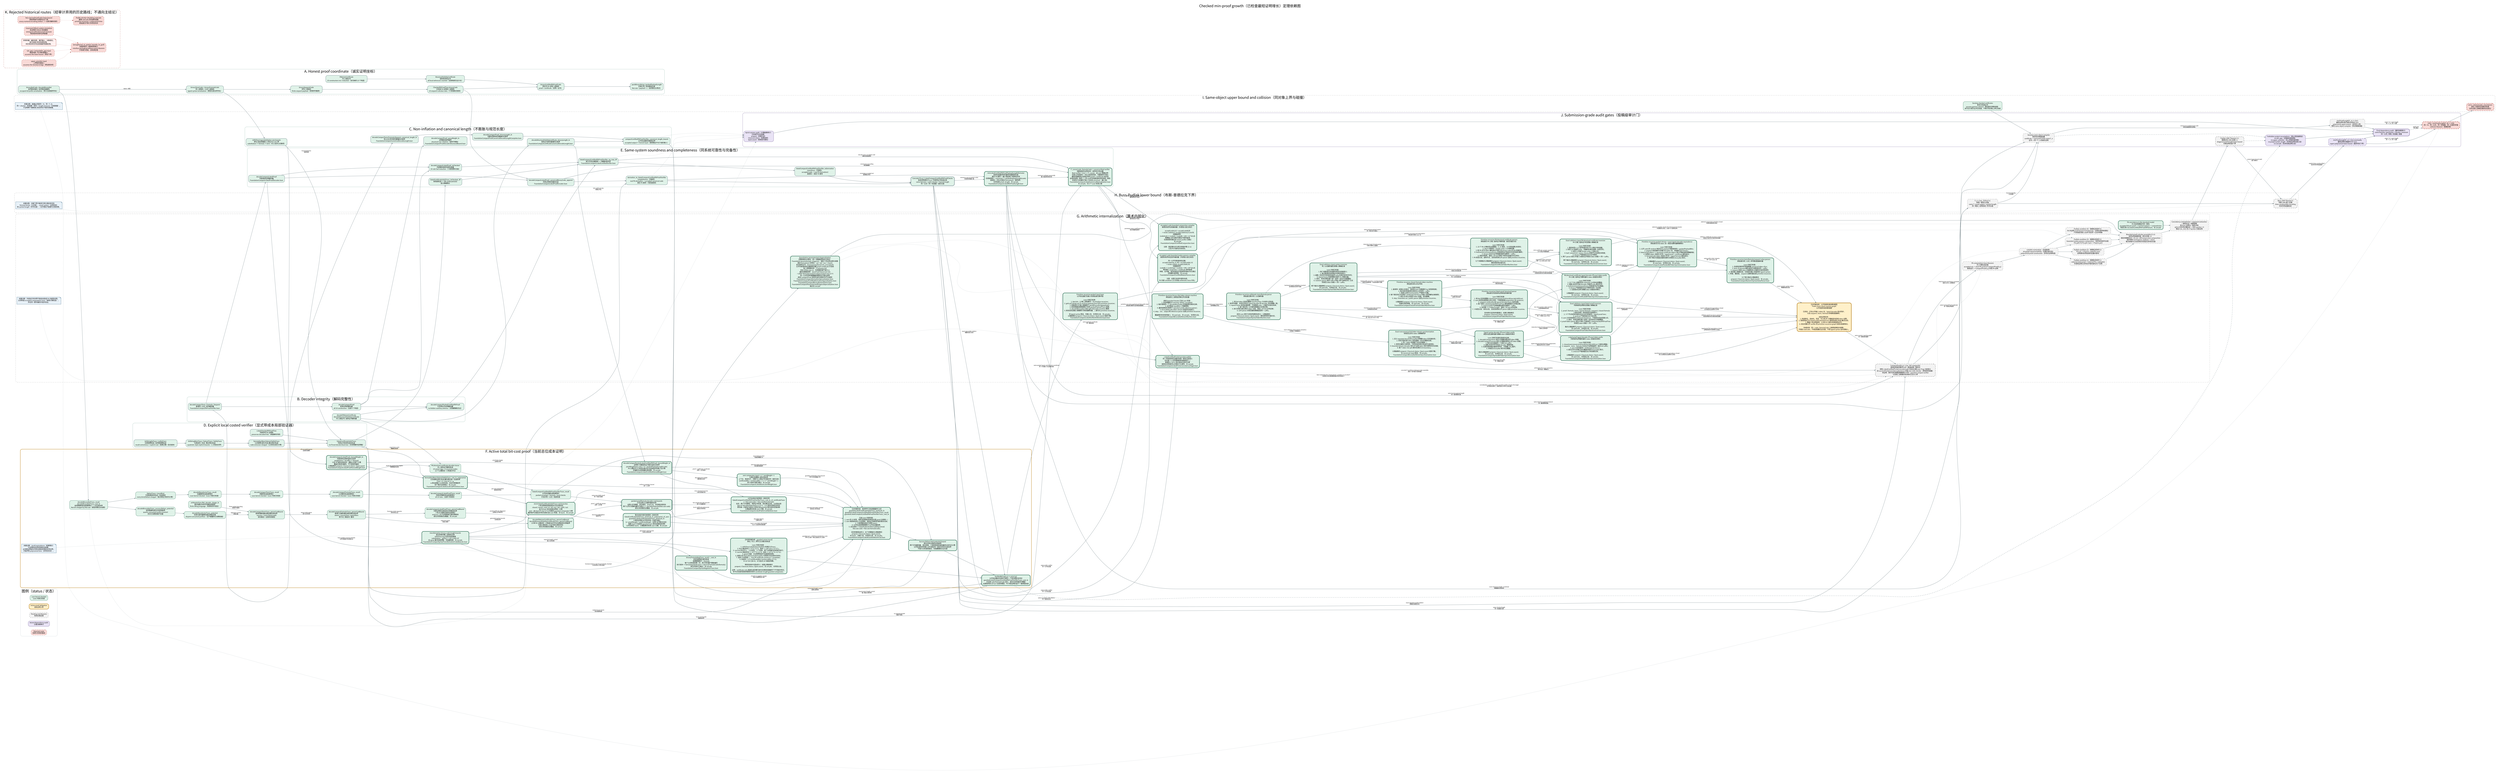
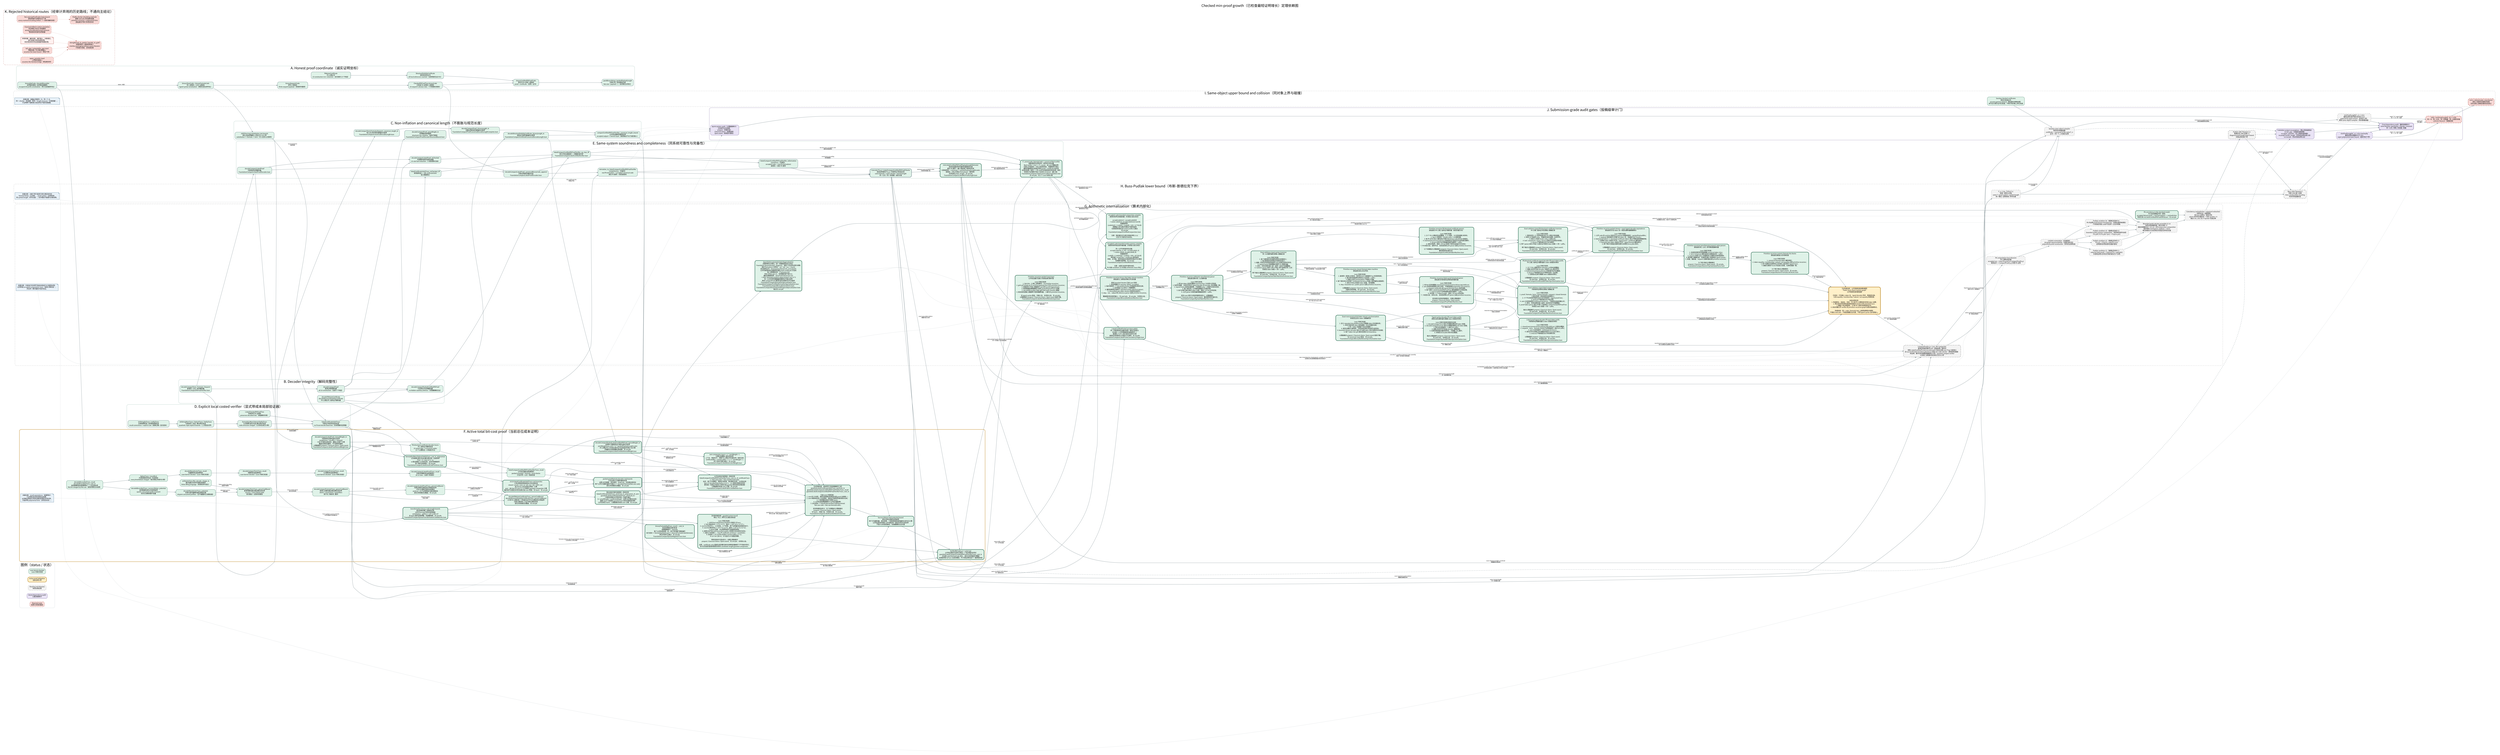
digraph CheckedMinProofDependencies {
  graph [
    rankdir=LR,
    bgcolor="white",
    compound=true,
    newrank=true,
    pad="0.35",
    nodesep="0.30",
    ranksep="0.62",
    fontname="Noto Sans CJK SC",
    fontsize=24,
    label="Checked min-proof growth（已检查最短证明增长）定理依赖图",
    labelloc="t",
    labeljust="c"
  ];
  node [
    shape=box,
    style="rounded,filled",
    fontname="Noto Sans CJK SC",
    fontsize=10.5,
    color="#526d75",
    fillcolor="#eef3f4",
    margin="0.14,0.09",
    penwidth=1.2
  ];
  edge [
    fontname="Noto Sans CJK SC",
    fontsize=8.5,
    color="#65777d",
    arrowsize=0.68,
    penwidth=1.05
  ];

  subgraph cluster_legend {
    label="图例（status / 状态）";
    color="#c8d1d4";
    style="rounded";
    done [label="Lean kernel checked\nLean 内核已检查", fillcolor="#dff2e8", color="#3f7c66"];
    active [label="Active proof obligation\n当前证明义务", fillcolor="#fff0c9", color="#b37a12", penwidth=2.2];
    pending [label="Pending root theorem\n待闭合根定理", fillcolor="#f3f3f3", color="#777777", style="rounded,filled,dashed"];
    audit [label="Axiom/dependency audit\n公理/依赖审计", fillcolor="#e9e3f5", color="#76639a"];
    rejected [label="Rejected route\n经审计弃用的路线", fillcolor="#f8d9d6", color="#a8443d", style="rounded,filled,dashed"];
  }

  subgraph cluster_coordinate {
    label="A. Honest proof coordinate（诚实证明坐标）";
    color="#8fb7aa";
    style="rounded";

    natcode [label="binaryNatCode / decodeBinaryNat\n自然数前缀码 / 自然数前缀解码\nescaped-bit prefix serialization（转义位前缀序列化）", fillcolor="#dff2e8"];
    syntaxcode [label="binaryTermCode + binaryFormulaCode\n项二进制码 + 公式二进制码\ntyped syntax serialization（类型化语法序列化）", fillcolor="#dff2e8"];
    sequentcode [label="binarySequentCode\n序列二进制码\nfinite sequent payload（有限序列载荷）", fillcolor="#dff2e8"];
    prooftree [label="CheckedPAProofTree.binaryCode\n已检查 PA 证明树二进制码\n10 sequent-calculus rules（十条相继式规则）", fillcolor="#dff2e8"];
    axiomcert [label="PAAxiomCertificate\nPA 公理证书\n23 constructors incl. induction（含归纳的 23 个构造）", fillcolor="#dff2e8"];
    structcert [label="StructuralValidityCertificate\n结构有效性证书\nall local witnesses counted（全部局部见证计长）", fillcolor="#dff2e8"];
    certifiedcode [label="binaryCertifiedPAProofCode\n带证书 PA 证明二进制码\nproof + certificate（证明 + 证书）", fillcolor="#dff2e8"];
    packedcode [label="packBinaryString / packedPayloadLength\n位串打包 / 有效载荷长度\nNat.size = payload + 1（自然数位长等式）", fillcolor="#dff2e8"];

    natcode -> syntaxcode [label="labels / 标签"];
    syntaxcode -> sequentcode;
    sequentcode -> prooftree;
    axiomcert -> structcert;
    prooftree -> certifiedcode;
    structcert -> certifiedcode;
    certifiedcode -> packedcode;
  }

  subgraph cluster_decoder {
    label="B. Decoder integrity（解码完整性）";
    color="#8fb7aa";
    style="rounded";

    typeddecoder [label="decodeCompactTerm / Formula / Sequent\n紧凑项 / 公式 / 序列解码器\nFoundationCompactPAProofVerifier.lean", fillcolor="#dff2e8"];
    proofdecoder [label="decodeCompactProof\n紧凑证明树解码器\nall 10 constructors（全部十个构造）", fillcolor="#dff2e8"];
    certdecoder [label="decodePAAxiomCertificate\ndecodeStructuralValidityCertificate\nPA 公理证书 / 结构证书解码器", fillcolor="#dff2e8"];
    packeddecoder [label="decodeCompactPackedCertifiedPAProof\n打包带证书证明解码器\nno hidden auxiliary witness（无隐藏辅助见证）", fillcolor="#dff2e8"];

    typeddecoder -> proofdecoder;
    certdecoder -> packeddecoder;
    proofdecoder -> packeddecoder;
  }

  subgraph cluster_size {
    label="C. Non-inflation and canonical length（不膨胀与规范长度）";
    color="#8fb7aa";
    style="rounded";

    structural [label="decodeCompactProof_parseWeight_le\n证明解码结构量界\nstructural non-inflation（结构不膨胀）\nFoundationCompactProofDecoderStructuralBound.lean", fillcolor="#dff2e8"];
    syntaxcanonical [label="decodeCompactTerm/Formula/Sequent_canonical_length_le\n项/公式/序列规范重编码长度界\nFoundationCompactCanonicalDecodeLength.lean", fillcolor="#dff2e8"];
    proofcanonical [label="decodeCompactProof_binaryLength_le\n完整证明树规范重编码长度界\nFoundationCompactProofCanonicalDecodeLengthComplete.lean", fillcolor="#dff2e8"];
    certcanonical [label="decodeStructuralValidityCertificate_binaryLength_le\n结构证书规范重编码长度界\nFoundationCompactCertificateCanonicalDecodeLength.lean", fillcolor="#dff2e8"];
    totalcanonical [label="compactCertifiedPAProofVerifier_canonical_length_bound\n公开验证器规范载荷总界\naccepted output <= honest input（接受输出不长于诚实输入）", fillcolor="#dff2e8"];
    transformsize [label="shift/free/neg/substitution size bounds\n移位/自由变量嵌入/否定/代入大小界\nsubstitution <= formula × term（代入至多公式乘项）", fillcolor="#dff2e8"];

    typeddecoder -> syntaxcanonical;
    proofdecoder -> structural;
    syntaxcanonical -> proofcanonical;
    certdecoder -> certcanonical;
    proofcanonical -> totalcanonical;
    certcanonical -> totalcanonical;
    syntaxcode -> transformsize;
  }

  subgraph cluster_explicit_local {
    label="D. Explicit local costed verifier（显式带成本局部验证器）";
    color="#8fb7aa";
    style="rounded";

    biteq [label="bitStringEqTrace / natEqTrace\n位串相等轨迹 / 自然数相等轨迹\nresult correctness + explicit cost（结果正确 + 显式成本）", fillcolor="#dff2e8"];
    bitset [label="bitStringMemTrace / SubsetTrace / SetEqTrace\n位串成员 / 包含 / 集合等价轨迹\nquadratic-style explicit bounds（二次型显式界）", fillcolor="#dff2e8"];
    formulalist [label="formulaEq/Mem/Subset/SetEqTrace\n公式相等/成员/包含/集合等价轨迹\ncode emission charged（公式码生成已计费）", fillcolor="#dff2e8"];
    listedtree [label="ListedCheckedPAProofTree\n列表序列 PA 证明树\npreserves decoded lists（保留解码列表）", fillcolor="#dff2e8"];
    listedcert [label="listedCertificateValidTrace\n列表证书有效性成本轨迹\nno Finset decide black box（无有限集判定黑箱）", fillcolor="#dff2e8"];

    biteq -> bitset;
    bitset -> formulalist;
    listedtree -> listedcert;
    formulalist -> listedcert;
    transformsize -> listedcert [label="local transforms\n局部变换"];
  }

  subgraph cluster_same_system {
    label="E. Same-system soundness and completeness（同系统可靠性与完备性）";
    color="#8fb7aa";
    style="rounded";

    listdecoder [label="decodeCompactListedProof\n列表保持证明解码器\nFoundationCompactListedProofDecoder.lean", fillcolor="#dff2e8"];
    projection [label="decodeCompactListedProof_toChecked\n列表解码投影到原检查器\n10-rule fuel induction（十规则燃料归纳）", fillcolor="#dff2e8"];
    localiff [label="listedCertificateValidTrace_toChecked_iff\n新局部轨迹 <-> 原 certificateValid\n语义精确等价", fillcolor="#dff2e8"];
    publiciff [label="listedCompactCertifiedPAProofVerifier_eq_true_iff\n新公开验证器接受 <-> 精确检查关系\nFoundationCompactListedCertifiedVerifier.lean", fillcolor="#dff2e8"];
    soundness [label="listedCompactCertifiedPAProofVerifier_toDerivation\nsoundness（可靠性）\naccepted code -> real PA Derivation2\n接受码 -> 真实 PA 推导", fillcolor="#dff2e8"];
    listencoder [label="decodeCompactListedProof_canonicalBinaryCode_append\n列表证明规范编码往返\nFoundationCompactListedProofEncoder.lean", fillcolor="#dff2e8"];
    completeness [label="derivation_to_listedCompactCertifiedPAProofVerifier\ncompleteness（完备性）\nreal PA derivation -> accepted canonical code\n真实 PA 推导 -> 规范接受码", fillcolor="#dff2e8"];
    predicate [label="Concrete P(x,y) / ListedCompactCertifiedPAProofChecks\n具体证明谓词 P(x,y) / 列表带证书检查关系\nsame formula + same checker + honest length\n同一公式 + 同一检查器 + 诚实长度", fillcolor="#dff2e8", penwidth=2.0];
    minmeasure [
      label="minListedCertifiedPAProofPayloadLength(formula)\n具体检查器诱导的最短完整载荷长度\n真实 PA 推导 -> 最小值由某个接受码实现\n任意接受码 -> minimum <= packedPayloadLength(code)\n接受码 -> 同公式真实 Derivation2（推导树）\n无项目级 proof_length；无 sorryAx\nFoundationCompactListedMinProofLength.lean",
      fillcolor="#dff2e8", color="#2f6f57", penwidth=2.8
    ];
    canonicalnormalize [
      label="P_canon(code, formulaCode) + canonical Bool verifier\n纯数值规范证明关系 + 规范布尔验证器\nBool verifier = true <-> P_canon，由 Lean 精确证明\n任意公开接受码 -> 同公式码规范码，完整载荷不增长\n最短完整载荷必由真实规范 proof + certificate 码实现\n全体码有限一致性 <-> 同 cutoff 的纯数值规范码有限一致性\n非规范/冗余编码不能人为压低 minimum（最小值）\nFoundationCompactListedCanonicalNormalization.lean\n无 sorryAx；仅三个 Lean 标准公理",
      fillcolor="#dff2e8", color="#2f6f57", penwidth=2.8
    ];

    typeddecoder -> listdecoder;
    listdecoder -> projection;
    proofdecoder -> projection;
    listedcert -> localiff;
    projection -> publiciff;
    localiff -> publiciff;
    packeddecoder -> publiciff;
    publiciff -> soundness;
    prooftree -> listencoder;
    listdecoder -> listencoder;
    listencoder -> completeness;
    listedcert -> completeness;
    soundness -> predicate;
    completeness -> predicate;
    predicate -> minmeasure [label="minimum over accepted codes\n对接受码取最小值"];
    completeness -> minmeasure [label="nonempty accepted set\n接受集合非空"];
    publiciff -> canonicalnormalize [label="decode every accepted code\n解码任意接受码"];
    listencoder -> canonicalnormalize [label="canonical re-encoding\n规范重编码"];
    totalcanonical -> canonicalnormalize [label="no payload growth\n载荷不增长"];
    minmeasure -> canonicalnormalize [label="minimum realized canonically\n最小值由规范码实现"];
  }

  subgraph cluster_cost_active {
    label="F. Active total bit-cost proof（当前总位成本证明）";
    color="#c18a27";
    style="rounded,bold";

    nattrace [label="decodeBinaryNatTrace_result\ndecodeBinaryNatTrace_cost_le\n自然数解码轨迹结果等价 + 二次位成本界\nNat.bit charged by Nat.size（按自然数位长收费）", fillcolor="#dff2e8", color="#3f7c66"];
    tracebind [label="OptionTrace + traceBind\n可选结果成本轨迹 + 轨迹绑定\nevery bind/failure charged（每次绑定/失败均计费）", fillcolor="#dff2e8", color="#3f7c66"];
    vectortrace [label="decodeManyVectorTrace_result\n向量解码轨迹结果等价\nLean kernel checked（Lean 内核已检查）", fillcolor="#dff2e8", color="#3f7c66"];
    termtrace [label="decodeCompactTermTrace_result\n项解码轨迹结果等价\nLean kernel checked（Lean 内核已检查）", fillcolor="#dff2e8", color="#3f7c66"];
    formulatrace [label="decodeCompactFormulaTrace_result\n公式解码轨迹结果等价\nLean kernel checked（Lean 内核已检查）", fillcolor="#dff2e8", color="#3f7c66"];
    prooftrace [label="decodeCompactListedProofTrace_result\n列表证明解码轨迹结果等价\nall 10 rules（全部十条规则）", fillcolor="#dff2e8", color="#3f7c66"];
    certtrace [label="PA/structural certificate decoder traces\nPA / 结构证书解码轨迹\n23 axiom tags + 4 recursive nodes\n23 个公理标签 + 4 种递归节点", fillcolor="#dff2e8", color="#3f7c66"];
    publictrace [label="listedCompactCertifiedPAProofVerifierTrace_result\n公开验证器轨迹结果等价\npacked envelope + formula + local checks\n打包外壳 + 公式 + 局部检查", fillcolor="#dff2e8", color="#3f7c66"];
    natpotential [label="decodeBinaryNatTrace_success/failure_potential\n自然数解码成功/失败势能界\nquartic consumed-prefix invariant\n四次已消费前缀不变量", fillcolor="#dff2e8", color="#3f7c66"];
    vectorpotential [label="decodeManyVectorTrace_potential\n任意长度向量解码摊还势能定理\ndisjoint consumed prefixes（互不重叠的已消费前缀）", fillcolor="#dff2e8", color="#3f7c66"];
    symbolcharge [label="arithmeticFunc/Rel_decode_charge_le\n算术函数/关系符号解码收费界\nfinite ORing language（有限有序环语言）", fillcolor="#dff2e8", color="#3f7c66"];
    termpotential [label="decodeCompactTermTrace_parserCostBound\n紧凑项解码器全路径摊还成本界\nsuccess + every failure path\n成功路径 + 全部失败路径", fillcolor="#dff2e8", color="#3f7c66"];
    formulapotential [label="decodeCompactFormulaTrace_parserCostBound\n紧凑公式解码器全路径摊还成本界\natoms / connectives / quantifiers\n原子式 / 联结词 / 量词", fillcolor="#dff2e8", color="#3f7c66"];
    proofpotential [
      label="decodeCompactListedProofTrace_parserCostBound\n列表证明树全路径四次势能成本界\n十条 PA 相继式规则全部通过\nand/cut 二叉子证明势能已望远镜相消\n成功/失败路径全覆盖；无 sorryAx",
      fillcolor="#dff2e8", color="#3f7c66"
    ];
    certpotential [
      label="decodePAAxiomCertificateTrace_parserCostBound\ndecodeStructuralValidityCertificateTrace_parserCostBound\n23 种 PA 公理标签 + 4 种递归证书节点全路径四次势能界\n归纳公理体和二元证书树已摊还闭合\n成功/失败路径全覆盖；无 sorryAx",
      fillcolor="#dff2e8", color="#3f7c66", penwidth=2.2
    ];
    packedcost [
      label="packed proof/formula decoder cost bounds\n打包证明/公式解码器成本界\n证明+证书串联、末位哨兵、dropLast、空后缀全部闭合\n两个公开打包解码器均不超过 2 × decoderPotential(Nat.size code)\n成功/失败路径全覆盖；无 sorryAx",
      fillcolor="#dff2e8", color="#2f6f57", penwidth=2.8
    ];
    transformcode [
      label="transformation binary-code length bounds\n语法变换完整二进制码长界\nshift/free/neg 均至多线性膨胀\nsubstitution：|phi[t]| <= 3(F+1)(W+1)F\n含 qpow 量词深度预算；无隐藏参数；无 sorryAx\nFoundationCompactSyntaxTransformationCodeBounds.lean",
      fillcolor="#dff2e8", color="#2f6f57", penwidth=2.8
    ];
    negtrace [
      label="binaryFormulaNegTrace_result / _cost_le\n否定变换真实递归轨迹\n结果精确等于 ∼formula\n每个公式构造收费一步；原子项向量不重复遍历\n执行成本 <= formulaSymbolCount <= |binaryFormulaCode(formula)|\n单文件探针已通过；无 sorryAx\nFoundationCompactSyntaxNegationTrace.lean",
      fillcolor="#dff2e8", color="#2f6f57", penwidth=2.8
    ];
    axmjoint [
      label="axm comparator input <= 2 * jointWeight + 1\n公理比较器输入联合坐标界\n上下文、候选句子、完整 PA 公理证书均落在同一诚实位权\ncertificateBits + sentenceBits + 1 <= 2 * jointWeight + 1\n四个坐标引理已通过；无 sorryAx\nFoundationCompactListedAxiomJointWeight.lean",
      fillcolor="#dff2e8", color="#2f6f57", penwidth=2.8
    ];
    honestproof [
      label="decodeCompactListedProof_honestWeight_le\n列表保持证明树诚实位权界\nweight(tree) + 8|suffix| <= 8|input|\n十条 PA 规则全部闭合；重复公式逐个计费\n覆盖任意成功解码，不只是规范编码\n公理画像仅 propext / Classical.choice / Quot.sound\nFoundationCompactListedProofHonestWeight.lean",
      fillcolor="#dff2e8", color="#2f6f57", penwidth=2.8
    ];
    honestcert [
      label="decodeCompactPackedListedCertifiedPAProof_honestWeight_le\n证明树+完整结构证书联合诚实位权界\njointWeight(tree,cert) <= 8 * packedPayloadLength(code)\nPA 公理证书 23 标签及递归证书全部由实际输入位计费\n无辅助见证和隐藏长度参数；无 sorryAx\nFoundationCompactListedCertifiedHonestWeight.lean",
      fillcolor="#dff2e8", color="#2f6f57", penwidth=2.8
    ];
    localprimitives [
      label="formulaEq/Mem/Subset/SetEqTrace_cost_le_polynomial\n公式相等/成员/包含/集合等价统一位成本界\nP(w) = 4 + 2(w+3)^2 + w\nw 是全部输入公式码位权，包含列表重复项\n四个端点全部通过；无 sorryAx\nFoundationCompactListedLocalCostPrimitives.lean",
      fillcolor="#dff2e8", color="#2f6f57", penwidth=2.8
    ];
    localbranches9 [
      label="10/10 listedCertificateValidTrace cost branches\n十条证明规则局部成本分支全部闭合\nclosed / verum / and / or / all / exs / wk / shift / cut：\n由 P(G(w)) 及生成语法界统一计费\naxm：由 A(w)=K*(2w+1)^12 的真实 guarded comparator 计费\n最终每节点固定多项式包络已由 Lean 检查；无 haxm、无 sorryAx",
      fillcolor="#dff2e8", color="#2f6f57", penwidth=2.8
    ];
    localinduction [
      label="联合坐标内部归纳骨架 + 具体实例\nlistedCertificateValidTrace_jointCost_le_polynomial_of_axm\nguardedListedCertificateValidTrace_jointCost_le\n十规则证明树/证书同步统一归纳已通过\nb = proofWeight + certificateWeight（证明+证书联合位权）\n抽象 haxm 已由真实 guarded axm 成本定理具体消除\n公开实例无 haxm；公理画像仅标准 Lean 公理；无 sorryAx",
      fillcolor="#dff2e8", color="#2f6f57", penwidth=2.8
    ];
    publicskeleton [
      label="公开总成本内部骨架 + 具体实例\nlistedCompactCertifiedPAProofVerifierTrace_cost_le_of_certificateTrace\ns = Nat.size(code) + Nat.size(formulaCode)\n合并：两个打包解码、局部证书检查、结论集合比较、公式码比较\nQ(s)=4*decoderPotential(s)+L(s)+1，L(s) 是显式固定多项式\n原先唯一内部证书成本义务现已由 guarded 联合成本定理消除\n公理画像仅标准 Lean 公理；无 sorryAx\nFoundationCompactListedPublicCostSkeleton.lean",
      fillcolor="#dff2e8", color="#2f6f57", penwidth=2.8
    ];
    publiccost [
      label="【主终端完成：具体带守卫检查器最终汇合】\nguardedListedCertificateValidTrace_jointCost_le\nguardedListedCompactCertifiedPAProofVerifierTrace_result\nguardedListedCompactCertifiedPAProofVerifierTrace_cost_le\n\n已由 Lean 内核检查：\n1. axm 的 23 标签、接受/拒绝路径和候选长度 guard 全部统一；\n2. axm 局部成本进入与证明树、结构证书相同的诚实联合位权；\n3. 十规则整树成本不再带 haxm；\n4. 公开轨迹结果精确等于公开验证器结果；\n5. 总位成本 <= listedPublicVerifierCostPolynomial(\n   Nat.size code + Nat.size formulaCode)。\n\n定向构建退出码 0；五个关键端点公理画像仅\npropext / Classical.choice / Quot.sound。\n无 haxm、无输入包、无项目公设、无 sorryAx。\nFoundationCompactListedGuardedAxiomCost.lean",
      fillcolor="#dff2e8", color="#2f6f57", penwidth=2.8
    ];
    amortized [label="Success/failure total potential bound\n成功/失败全路径总势能界\n两个打包解码器、语法变换、十规则局部检查和最终比较均已计费\n公开轨迹的所有输入对均满足同一固定多项式位成本界\n不是只分析接受路径；无隐藏辅助见证长度", fillcolor="#dff2e8", color="#2f6f57", style="rounded,filled", penwidth=2.8];
    costnote [shape=note, label="关键注释：result equivalence（结果等价）\n只证明轨迹没有改掉验证结果；\n必须再证明成功/失败全路径的固定多项式界，\n才能声称 polynomial time（多项式时间）。", fillcolor="#e8f1f8", color="#4e7892"];
    transformtrace [label="【共享终端完成：guarded axiom trace】\n移位 / 代入 / 带守卫公理比较轨迹\n\nLean 内核已检查：\n1. shift/free/substitution/list/fixitr 的真实 QTrace；\n2. fixitr 输出码长 <= 4*(L+1)^2；成本 <= 128*(m+L+1)^2*L；\n3. succInd 四次代入、三次否定、三个析取、两个全称量词全部真实执行；\n4. succInd 输出码长 <= 10^7*(L+1)^4；成本 <= 10^11*(L+1)^12；\n5. guard 完备：合法相等候选不会被提前拒绝；\n6. 接受分支 fixitr/allClosure/formulaEq 与拒绝分支总成本均闭合；\n7. 全部 23 标签统一：true iff certificate.sentence = candidate；\n8. 总成本 <= K*(certificateBits+sentenceBits+1)^12，\n   K=10^30+(3B+4)，B 为显式 26 句固定预算。\n\n两条验收命令退出码 0；关键公理画像仅\npropext / Classical.choice / Quot.sound；无 sorryAx、无项目公设。\n\n边界：certificate-only 直接生成完整归纳句在稀疏变量编号下不可能多项式；\n本节点完成的是保持接受关系的 candidate-length guarded comparator。", fillcolor="#dff2e8", color="#2f6f57", style="rounded,filled", penwidth=2.8];
    polytime [label="VerifierBitCost(x,y) <= p(|x|+|y|)\n公开验证器总位成本不超过一个显式固定多项式\nguardedListedCompactCertifiedPAProofVerifierTrace_cost_le\n对全部 code/formulaCode 成立，成功与失败路径均覆盖\n这里是项目 QTrace 位成本模型；PA 内短证明仍由下一簇单独完成", fillcolor="#dff2e8", color="#2f6f57", style="rounded,filled", penwidth=2.8];

    natcode -> nattrace;
    nattrace -> tracebind;
    tracebind -> vectortrace;
    vectortrace -> termtrace;
    termtrace -> formulatrace;
    formulatrace -> prooftrace;
    certdecoder -> certtrace;
    formulatrace -> certtrace;
    prooftrace -> publictrace;
    certtrace -> publictrace;
    publictrace -> amortized [label="exact behavior first\n先固定精确行为"];
    nattrace -> natpotential;
    natpotential -> vectorpotential;
    vectorpotential -> termpotential [label="argument vectors\n参数向量"];
    symbolcharge -> termpotential [label="finite symbol decoding\n有限符号解码"];
    termpotential -> formulapotential [label="terms inside atoms\n原子式中的项"];
    formulapotential -> proofpotential [label="formulas inside sequents\n序列中的公式"];
    proofpotential -> certpotential [label="proof/certificate alignment\n证明树/证书树对齐"];
    formulapotential -> certpotential [label="induction body\n归纳公理体"];
    certpotential -> packedcost [label="proof + certificate stream\n证明 + 证书串"];
    publictrace -> packedcost [label="same executable result\n同一可执行结果"];
    packedcost -> publiccost [label="decoded objects\n已解码对象"];
    transformsize -> transformcode [label="from symbol count to full bits\n从符号数提升到完整位长"];
    transformcode -> negtrace [label="input bit-length control\n输入位长控制"];
    negtrace -> publiccost [label="closed/cut negation charge\n闭合/切规则否定计费"];
    transformcode -> publiccost [label="generated-code bounds\n生成公式码长界"];
    listdecoder -> honestproof [label="all successful parses\n全部成功解码"];
    honestproof -> honestcert [label="proof-tree charge\n证明树计费"];
    certcanonical -> honestcert [label="full certificate bits\n完整证书位"];
    honestcert -> publiccost [label="joint decoded-data bound\n联合解码数据界"];
    honestcert -> axmjoint [label="proof + certificate coordinate\n证明 + 证书坐标"];
    axmjoint -> publiccost [label="guarded comparator input bound\n带守卫比较器输入界"];
    listedcert -> localprimitives [label="exact trace costs\n精确轨迹成本"];
    honestproof -> localprimitives [label="duplicate-preserving weights\n保留重复项位权"];
    localprimitives -> publiccost [label="uniform quadratic bound\n统一二次界"];
    localprimitives -> localbranches9 [label="per-rule instantiation\n逐规则实例化"];
    transformcode -> localbranches9 [label="generated syntax bounds\n生成语法界"];
    localbranches9 -> publiccost [label="nine checked branches\n九条已检查分支"];
    localbranches9 -> localinduction [label="structural aggregation\n结构汇总"];
    localinduction -> publiccost [label="haxm concretely discharged\nhaxm 已由具体定理消除"];
    localinduction -> publicskeleton [label="local certificate polynomial\n局部证书多项式"];
    packedcost -> publicskeleton [label="two packed decoder bounds\n两个打包解码界"];
    honestcert -> publicskeleton [label="decoded joint weight\n解码联合位权"];
    publicskeleton -> publiccost [label="concrete discharge checked\n具体消义务已检查"];
    listedcert -> publiccost [label="explicit local checks\n显式局部检查"];
    publiccost -> amortized;
    totalcanonical -> amortized [label="consumed-length control\n消费长度控制"];
    costnote -> amortized [style=dotted, arrowhead=none, constraint=false];
    transformcode -> transformtrace;
    transformtrace -> publiccost [label="guarded axm + shift/free/substitution costs\n带守卫公理 + 移位/自由化/代入成本"];
    amortized -> polytime;
    transformtrace -> polytime;
    totalcanonical -> polytime [label="input/output length control\n输入输出长度控制"];
    listedcert -> polytime [label="local cost bounds\n局部成本界"];
    predicate -> polytime [label="exact executable relation\n精确可执行关系"];
  }

  subgraph cluster_internalization {
    label="G. Arithmetic internalization（算术内部化）";
    color="#9a9a9a";
    style="rounded,dashed";

    listedconmeta [label="ListedCertifiedFiniteConsistencyAt(k)\n同一列表保持验证器的有限一致性元层语义\n无长度 <= k 的完整载荷码被接受为 ⊥\n普通及 2^(A*n) 放大版本无条件为真\n接受反向恢复同公式真实 PA 推导；无 sorryAx\nFoundationCompactListedFiniteConsistencyTarget.lean", fillcolor="#dff2e8", color="#2f6f57", penwidth=2.8];
    arithinput [label="Primitive-recursive packed input layer\n公开验证器打包输入的原始递归算术层\n\nLean 内核已检查：\n1. Nat.bits（小端二进制展开）为 primitive recursive；\n2. getLast?/dropLast 与 sentinel payload peel 均为 primitive recursive；\n3. 剥离成功 iff 输入精确等于 packBinaryString(payload)；\n4. 新剥离器结果精确等于现有 packedPayloadTrace 结果；\n5. decodeBinaryNat 已由 right-fold state machine 重建；\n6. 新状态机逐输入精确等于原前缀解码器，二者均为 primitive recursive。\n\n无 typed syntax 假设、无输入包、无项目公设、无 sorryAx；\n公理画像仅 propext / Classical.choice / Quot.sound 或其子集。\nFoundationCompactListedVerifierArithmeticInput.lean", fillcolor="#dff2e8", color="#2f6f57", penwidth=2.8];
    tokenstream [label="Primitive-recursive binary-Nat token stream machine\n原始递归二进制自然数记号流机器\n\n具体 bounded iterator 已由 Lean 检查：\n1. 状态明确区分 running / failed / accepted；\n2. 每步调用同一个 decodeBinaryNat 并保留真实剩余位串；\n3. 总步数由 inputBits+1 明确限制；\n4. 最终结果逐位串等于 repeated-prefix reference parser；\n5. binaryNatCode token stream 的规范往返成立；\n6. step、run、output 和 reference parser 全部 primitive recursive。\n\n覆盖畸形和非规范输入；无 rawCode、无 sorryAx、无项目公设。\nFoundationCompactBinaryNatStreamMachine.lean", fillcolor="#dff2e8", color="#2f6f57", penwidth=2.8];
    bitsync [label="Exact noncanonical bit/token stream synchronization\n非规范位流与 token 流精确同步\n\nLean 内核已检查：\n1. 定义 repeated decodeBinaryNat 的精确 token/位后缀关系；\n2. 关系可按任意 token 前后缀唯一切分并重新合成；\n3. 同一 token 前缀留下的位后缀唯一；\n4. 规范位编码只是特例，不把非规范高位零误判为规范码；\n5. bounded stream decoder 成功 iff 全部 token 恰好消费至空位后缀；\n6. 每个 token-list split 都对应真实 bit boundary。\n\n公理画像仅 propext / Classical.choice / Quot.sound 或其子集；\n无 canonical-input 假设、无 sorryAx。\nFoundationCompactBinaryNatStreamSynchronization.lean", fillcolor="#dff2e8", color="#2f6f57", penwidth=2.8];
    syntaxparser [label="Primitive-recursive arithmetic term/formula parser\n原始递归算术项 / 公式解析器\n\nLean 内核已检查：\n1. 纯 Nat token 状态机覆盖 bvar/fvar/func 与全部公式构造；\n2. 有序环函数、关系符号码与 typed decoder 的 decode₂ 条件精确一致；\n3. repeat frame 逐项处理参数，不按稀疏 arity 一次展开巨型任务表；\n4. 每个真实项 / 公式都有精确执行步数定理；\n5. 执行步数不超过真实 token 长度，固定二次 fuel 必然足够；\n6. 公开 parser 对规范编码精确返回同一 suffix。\n\n定向 Lean 探针与目标构建退出码 0；公理画像仅\npropext / Classical.choice / Quot.sound；静态禁用项扫描为空。\nFoundationCompactSyntaxTokenMachine.lean", fillcolor="#dff2e8", color="#2f6f57", penwidth=2.8];
    syntaxinversion [label="Exact arbitrary-input syntax inversion\n项 / 公式解析器任意输入精确反演\n\nLean 内核已检查：\n1. 每个纯数值任务栈都有类型化前缀语义；\n2. 每次数值状态转换反向保持该语义；\n3. 函数 / 关系符号有效码恢复同 arity 的真实有序环符号；\n4. repeat frame 恢复精确长度的 Fin 参数向量；\n5. 成功、失败及畸形输入统一由同一后向不变量覆盖；\n6. numeric parser 返回 suffix iff 输入等于某真实项 / 公式\n   的规范 token 前缀 ++ 同一 suffix。\n\n两个端点公理画像仅 propext / Classical.choice / Quot.sound；\n无 rawCode、无项目公设、无 sorryAx。\nFoundationCompactSyntaxTokenMachineInversion.lean", fillcolor="#dff2e8", color="#2f6f57", penwidth=2.8];
    syntaxbitsync [label="Typed syntax decoder iff exact token prefix\n类型化语法解码器与精确 token 前缀双向等价\n\nLean 内核已检查任意成功位串：\n1. decodeCompactTerm 成功 iff 精确消费该项 token 前缀；\n2. decodeCompactFormula 成功 iff 精确消费该公式 token 前缀；\n3. 两方向均保留同一个真实 bit suffix；\n4. 函数/关系符号代码由 decode₂ 精确恢复；\n5. 任意有限参数向量逐项同步，不隐藏 arity 展开；\n6. 非规范 binaryNat 表示完全覆盖。\n\n端点公理画像仅 propext / Classical.choice / Quot.sound；\n无 rawCode、无项目公设、无 sorryAx。\nFoundationCompactSyntaxBitTokenSynchronization.lean", fillcolor="#dff2e8", color="#2f6f57", penwidth=2.8];
    closedformula [label="Primitive-recursive closed-formula token machine\n原始递归闭公式记号机\n\nLean 内核已检查：\n1. 复用同一紧凑公式语法，但所有 term 位置遇到 fvar 标签即拒绝；\n2. 每次成功恢复真实类型化公式及同一 suffix；\n3. 恢复公式的 freeVariables 严格等于空集；\n4. 每个真实闭公式及每个 ArithmeticSentence 的嵌入规范编码必被接受；\n5. 成功 iff 闭公式规范 token 前缀，双向精确；\n6. step / bounded run / public parser 全部 primitive recursive。\n\n公理画像仅 propext / Classical.choice / Quot.sound；\n无额外闭性参数、无 rawCode、无 sorryAx。\nFoundationCompactClosedFormulaTokenMachine.lean", fillcolor="#dff2e8", color="#2f6f57", penwidth=2.8];
    proofparser [label="Primitive-recursive listed-proof structural parser\n原始递归列表保持证明树结构解析器\n\nLean 内核已检查：\n1. 纯 Nat 任务栈覆盖 closed/axm/verum/and/or/all/exs/wk/shift/cut；\n2. axm 标签现调用独立闭公式机，不再把普通 proposition 当 sentence；\n3. sequent cardinality 由 repeat-formula frame 逐项消费；\n4. 每个真实 ListedCheckedPAProofTree 都有精确执行步数定理；\n5. and/cut 左右子证明按编码顺序消费同一 suffix；\n6. 总步数 <= 2*tokenLength，固定二次 fuel 必然足够；\n7. 十标签分派、闭句分支、总状态机和公开 parser 全部 primitive recursive。\n\n定向探针及目标构建通过；关键公理画像仅\npropext / Classical.choice / Quot.sound。\nFoundationCompactProofTokenMachine.lean", fillcolor="#dff2e8", color="#2f6f57", penwidth=2.8];
    proofinversion [label="Exact arbitrary-input listed-proof inversion\n列表保持证明树任意输入精确反演\n\nLean 内核已检查：\n1. proof / formula / term / repeat-formula / sequent / closed-formula\n   六类任务统一具有类型化前缀语义；\n2. 十个节点标签的每条反向分支均恢复同一 typed proof tree；\n3. and/cut 严格恢复左右子树次序；\n4. axm 分支恢复真实 ArithmeticSentence，不接受含自由变量公式；\n5. 成功、失败及畸形输入由同一后向状态不变量覆盖；\n6. proof token parser 成功 iff 输入为某真实 ListedCheckedPAProofTree\n   的规范 token 前缀 ++ 同一 suffix。\n\n端点公理画像仅 propext / Classical.choice / Quot.sound；\n无 rawCode、无项目公设、无 sorryAx。\nFoundationCompactProofTokenMachineInversion.lean", fillcolor="#dff2e8", color="#2f6f57", penwidth=2.8];
    certparser [label="Primitive-recursive PA/structural certificate parsers\n原始递归 PA 公理 / 结构证书解析器（规范完备方向）\n\nLean 内核已检查：\n1. 23 个 PA 公理标签全部覆盖；0..21 固定，3/4 校验函数/关系码；\n2. tag 22 调用同一 binder-arity-1 公式解析器；\n3. 新 PA 证书 token 编码逐证书等于旧 binary code 的 Nat 前缀流；\n4. leaf/axiomCert/unary/binary 四类结构证书由显式任务栈递归解析；\n5. binary 左右子证书按编码顺序消费同一 suffix；\n6. 线性步数界、固定二次 fuel 和两个规范往返端点均已闭合；\n7. PA 标签分派、结构节点、总状态机和公开 parser 全部 primitive recursive。\n\n七个关键端点公理画像仅 propext / Classical.choice / Quot.sound；\n静态禁用项扫描为空。\nFoundationCompactCertificateTokenMachine.lean", fillcolor="#dff2e8", color="#2f6f57", penwidth=2.8];
    certinversion [label="Exact arbitrary-input PA/structural certificate inversion\nPA 公理 / 结构证书任意输入精确反演\n\nLean 内核已检查：\n1. 固定标签 0..21 逐项恢复对应 PA 公理证书构造器；\n2. 标签 3/4 恢复同 arity、同编码的真实函数 / 关系符号；\n3. 标签 22 恢复 binder-arity-1 归纳公式；\n4. leaf / axiomCert / unary / binary 四类节点全部反向恢复；\n5. binary 严格恢复左右子证书顺序；\n6. 两个 parser 成功 iff 输入为真实证书规范 token 前缀 ++ 同一 suffix。\n\n两个端点公理画像仅 propext / Classical.choice / Quot.sound；\n无 rawCode、无项目公设、无 sorryAx。\nFoundationCompactCertificateTokenMachineInversion.lean", fillcolor="#dff2e8", color="#2f6f57", penwidth=2.8];
    proofbitsync [label="Listed proof typed decoder iff exact token prefix\n列表保持证明解码器与 token 前缀双向等价\n\nLean 内核已检查：\n1. closed/axm/verum/and/or/all/exs/wk/shift/cut 十规则全覆盖；\n2. sequent、term、formula 与左右子证明保留同一真实 bit suffix；\n3. axm 分支恢复同一 ArithmeticSentence；\n4. 成功方向与完备方向均覆盖非规范 binaryNat 表示；\n5. and/cut 严格保留左右子树消费次序。\n\n公理画像仅 propext / Classical.choice / Quot.sound；\n无 rawCode、无项目公设、无 sorryAx。\nFoundationCompactProofBitTokenSynchronization.lean", fillcolor="#dff2e8", color="#2f6f57", penwidth=2.8];
    certbitsync [label="PA/structural certificate typed decoder iff exact token prefix\nPA 公理 / 结构证书解码器与 token 前缀双向等价\n\nLean 内核已检查：\n1. 23 个 PA 公理标签及 induction 公式体全部覆盖；\n2. 函数/关系符号由 decode₂ 恢复同 arity 真实符号；\n3. leaf/axiomCert/unary/binary 四类递归证书全覆盖；\n4. binary 严格保留左右证书顺序及同一位后缀；\n5. 任意成功位串与精确 token 前缀双向等价。\n\n公理画像仅 propext / Classical.choice / Quot.sound；\n无 rawCode、无项目公设、无 sorryAx。\nFoundationCompactCertificateBitTokenSynchronization.lean", fillcolor="#dff2e8", color="#2f6f57", penwidth=2.8];
    packedtokensync [label="Primitive-recursive packed stream + exact typed-decoder equivalence\n原始递归打包 token 流 + 类型化解码器精确等价\n\nLean 内核已检查：\n1. 公开 code 的 sentinel 哨兵位与 payload 剥离使用同一 packedPayloadBits；\n2. payload 逐前缀转为完整 Nat token 流，流函数已证 Primrec；\n3. listed proof tokens ++ structural certificate tokens 按公开解码顺序精确拼接；\n4. 证明码 token 流成功 iff 同一 typed proof + certificate 解码成功；\n5. formulaCode token 流成功 iff 同一 typed formula 解码成功；\n6. 两个等价均保留全载荷消费与非规范 binaryNat 表示。\n\n公理画像仅 propext / Classical.choice / Quot.sound；\n无 rawCode、无项目公设、无 sorryAx。\nFoundationCompactListedPackedBitTokenSynchronization.lean", fillcolor="#dff2e8", color="#2f6f57", penwidth=2.8];
    numericvalues [label="Primitive-recursive term/formula/sequent value parsers\n原始递归项 / 公式 / 序列数值值解析器\n\nLean 内核已检查：\n1. 在结构判断同时保留精确 canonical token slice；\n2. term 与 formula 解析返回已消费值及同一 suffix；\n3. sequent 按首 token 的基数逐公式解析并保持原顺序；\n4. 规范输入精确往返；任意成功输入恢复真实 typed syntax；\n5. 单值、重复值、sequent 总解析器全部 primitive recursive。\n\n九个审计端点公理画像仅\npropext / Classical.choice / Quot.sound；无 sorryAx。\nFoundationCompactNumericSyntaxValueParser.lean", fillcolor="#dff2e8", color="#2f6f57", penwidth=2.8];
-     numericparser [label="【主终端当前：公开局部检查纯数值图】\nPublic local-check numeric graph\n公开局部检查纯数值图\n\n已闭合：打包公开输入 token 化、typed decoder 逐点同步，\n以及 sequent / term / formula 的纯数值值解析。\n\n当前证明任务：\n1. 构造移位、自由化、否定、代入和 PA 公理候选句的纯 token 运算；\n2. 逐规则执行与 listedCertificateValidTrace 相同的成员/包含/集合比较；\n3. 覆盖十条证明规则、23 类 PA 公理与四类结构证书；\n4. 闭合完整公开 verifier 的 primitive-recursive graph 及逐点结果等式。\n\n完成标准：同一 code / formulaCode 上接受结果逐点相等；\n不借旧 rawCode，不增加隐藏见证长度，不把 typed syntax 当外部输入。", fillcolor="#fff0c9", color="#b37a12", penwidth=2.8];
+     numericchecks [label="Primitive-recursive numeric formula-list checks\n原始递归数值公式列表检查\n\nLean 内核已检查：\n1. canonical formula token 编码单射；\n2. token equality / membership / subset / set equality 全部 primitive recursive；\n3. 四个结果在任意规范公式列表上逐点等于 typed trace；\n4. 重复元素按 Finset 外延语义处理，与原检查器一致。\n\n九个审计端点公理画像仅\npropext / Classical.choice / Quot.sound；无 sorryAx。\nFoundationCompactNumericFormulaListChecks.lean", fillcolor="#dff2e8", color="#2f6f57", penwidth=2.8];
+     numericparser [label="【主终端当前：公开局部检查纯数值图】\nPublic local-check numeric graph\n公开局部检查纯数值图\n\n已闭合：打包输入 token 化、typed decoder 同步、数值语法值，\n以及 equality / membership / subset / set equality 四类检查。\n\n当前证明任务：\n1. 构造移位、自由化、否定、代入和 PA 公理候选句的纯 token 运算；\n2. 用已闭合的四类检查逐规则复现 listedCertificateValidTrace；\n3. 覆盖十条证明规则、23 类 PA 公理与四类结构证书；\n4. 闭合完整公开 verifier 的 primitive-recursive graph 及逐点结果等式。\n\n完成标准：同一 code / formulaCode 上接受结果逐点相等；\n不借旧 rawCode，不增加隐藏见证长度，不把 typed syntax 当外部输入。", fillcolor="#fff0c9", color="#b37a12", penwidth=2.8];
    compactformula [label="CompactProof(x,y) + Con_PA^compact(k)\n紧凑证明谓词算术公式 + 紧凑有限一致性句\n绿色 ListedCertifiedFiniteConsistencyAt 已给出正确 Lean Prop 元层语义\n旧 succinctFiniteConsistencySentence 仍指 raw-code checker（原始码检查器）\n待证明：算术句标准模型精确等价于同一 guarded compact verifier\n以及短二进制数词实例的公式大小界", fillcolor="#f3f3f3", color="#777777", style="rounded,filled,dashed", penwidth=2.0];
    patrace [label="PA computation-trace theorem\nPA 计算轨迹定理\naccepted run -> short PA proof of CompactProof(x,y)\n接受运行 -> CompactProof(x,y) 的短 PA 证明", fillcolor="#f3f3f3", color="#777777", style="rounded,filled,dashed"];
    suitable [label="suitable numeration（合适枚举）\nbit graph representability（位图可表示性）\npolynomial proof construction（多项式证明构造）", fillcolor="#f3f3f3", color="#777777", style="rounded,filled,dashed"];
    cond0 [label="Pudlak condition (0)（普德拉克条件 0）\nPA 内证明 proof-bound monotonicity（证明长度界单调性）\nP 的较紧/较松 cutoff 可在同一公式中转换", fillcolor="#f3f3f3", color="#777777", style="rounded,filled,dashed"];
    cond1 [label="Pudlak condition (1)（普德拉克条件 1）\nexternal short proof -> internal P(n, code(phi))\n外部短证明以多项式开销内部化为 P 实例", fillcolor="#f3f3f3", color="#777777", style="rounded,filled,dashed"];
    cond2 [label="Pudlak condition (2)（普德拉克条件 2）\nP(n,m) -> P(q1(n), code(P(n,m)))\n证明谓词实例自身的定量内部化", fillcolor="#f3f3f3", color="#777777", style="rounded,filled,dashed"];
    cond3 [label="Pudlak condition (3)（普德拉克条件 3）\nbounded modus ponens composition（有界肯定前件合成）\nP(n,phi) 与 P(n,phi->psi) -> P(q2(n),psi)", fillcolor="#f3f3f3", color="#777777", style="rounded,filled,dashed"];
    mpcompiler [label="Accepted-code bounded modus ponens compiler\n接受码有界肯定前件编译器（外部语义层已闭合）\n\n同一公开列表保持验证器：\naccept(codeImp, A->B) + accept(codeA, A)\n  -> exists codeB, accept(codeB, B)\n完整载荷界：\n|codeB| <= |codeImp| + |codeA| + 240 + 34*S(A,B)\n两份输入 proof tree + certificate 原样复用\n树级、证书级、规范码级及任意接受码端点均已通过\n无隐藏长度参数；无 sorryAx\nFoundationCompactCertifiedModusPonens.lean\n\n注意：这里只关闭外部码合成；\nPA 内部 condition (3) 仍须由 arithmetic trace 内化。", fillcolor="#dff2e8", color="#2f6f57", penwidth=2.8];
    conjcompiler [label="Accepted-code bounded conjunction compiler\n接受码有界合取编译器（外部语义层已闭合）\n\naccept(codeA,A) + accept(codeB,B)\n  -> exists codeAnd, accept(codeAnd,A and B)\n完整载荷界：\n|codeAnd| <= |codeA| + |codeB| + 144 + 11*S(A,B)\n两棵输入树与两份完整证书原样复用\n任意接受码端点及 axiom profile 已通过\n无 sorryAx\nFoundationCompactCertifiedConjunction.lean\n\n注意：固定重言式与原文拼接步骤 (i)-(v)\n以及 PA 内部化仍未闭合。", fillcolor="#dff2e8", color="#2f6f57", penwidth=2.8];
    qdiagonal [label="Quantitative parameterized diagonalization\n定量参数化对角化（同一完整载荷坐标已闭合）\nFoundation parameterized_diagonal₁：固定 P 的全称证明为常数\n真实 Derivation2 实例化：cut + wk + exs + closed\n显式结构证书：binary(unary(baseCert), unary(leaf))\n公开列表保持验证器接受完整 proof+certificate 打包码\n短二进制数码项：2*previous+bit\n码长 O(Nat.size m)，标准模型值严格为 m\n最终完整载荷界：baseProof+baseCert+192\n + 2048*(formulaConstant+stepConstant*|m|+1)^3\n同一公式实例的精确最短载荷也不超过该界\n具体 CompactProof 谓词仍由灰色算术化节点提供\nFoundationCompactDerivationSpecialization.lean\nFoundationCompactCertifiedDerivationSpecialization.lean\nFoundationCompactBinaryNumeralTerm.lean\nFoundationCompactParameterizedDiagonalSpecialization.lean\n端点无 sorryAx", fillcolor="#dff2e8", color="#2f6f57", penwidth=2.8];
    proofassembly [label="Bounded proof-calculus assembly (i)-(v)\n有界证明演算拼接（原文步骤 i-v）\n固定命题重言式 + (0)-(3) + MP/conjunction composition\n逐步得到 not P(q5(m), bottom) -> D(m)\n每次拼接与公式实例化均须显式多项式长度", fillcolor="#f3f3f3", color="#777777", style="rounded,filled,dashed"];
    paconsistency [label="PA consistency in the standard model\nPA 在标准模型中的一致性\naccepted falsum proof -> real Derivation2 -> contradiction\n项目已有 noListedCertifiedPAProofOfFalsum；无 sorryAx", fillcolor="#dff2e8", color="#2f6f57", penwidth=2.4];
    exponentextract [label="Consistency contradiction + exponent extraction\n一致性反证 + 指数提取\n短 D(m) 证明与一致性冲突\nq5(m) 的多项式重标定 -> 存在 epsilon > 0\n推出 Con_A(n) 无 n^epsilon 长度证明", fillcolor="#f3f3f3", color="#777777", style="rounded,filled,dashed"];
    diagonal [label="Pudlak 1986 Theorem 3.1\n普德拉克 1986 定理 3.1\ndiagonal proof-length lower bound\n对角证明长度下界", fillcolor="#f3f3f3", color="#777777", style="rounded,filled,dashed", penwidth=2.0];
    internalnote [shape=note, label="关键注释：外部运行时间界不能自动变成 PA 内部短证明。\n必须构造 accepted computation trace（接受计算轨迹），\n并在同一算术编码中逐步验证。", fillcolor="#e8f1f8", color="#4e7892"];

    predicate -> compactformula [label="exact standard-model relation\n精确标准模型关系"];
    minmeasure -> compactformula [label="same honest payload length\n同一诚实载荷长度"];
    canonicalnormalize -> compactformula [style=dotted, label="normalization audit only; public guarded verifier remains the target\n仅作规范化审计；目标仍是公开带守卫验证器"];
    predicate -> listedconmeta [label="same accepted-code relation\n同一接受码关系"];
    minmeasure -> listedconmeta [label="same payload coordinate\n同一载荷坐标"];
    listedconmeta -> compactformula [label="arithmetize this exact semantics\n算术化这一精确语义"];
    canonicalnormalize -> listedconmeta [label="pointwise same-cutoff equivalence\n逐点同截断值等价"];
    polytime -> arithinput [label="same packed inputs and bit-cost coordinate\n同一打包输入与位成本坐标"];
    arithinput -> tokenstream [label="primitive-recursive payload and Nat-prefix base\n原始递归载荷与自然数前缀基础"];
    tokenstream -> bitsync [label="exact arbitrary-input stream semantics\n任意输入流精确语义"];
    tokenstream -> syntaxparser [label="bounded exact tokenization\n有界精确记号化"];
    bitsync -> syntaxbitsync [label="exact bit suffix invariant\n精确位后缀不变量"];
    syntaxparser -> syntaxbitsync [label="same term/formula token grammar\n同一项/公式 token 文法"];
    syntaxparser -> syntaxinversion [label="backward typed realization invariant\n反向类型化实现不变量"];
    syntaxinversion -> numericvalues [label="arbitrary syntax success is canonical\n任意语法成功均为真实规范前缀"];
    syntaxinversion -> closedformula [label="typed prefix recovery + no-fvar invariant\n类型化前缀恢复 + 无自由变量不变量"];
    closedformula -> proofparser [label="axm sentence task\n公理叶闭句任务"];
    syntaxparser -> proofparser [label="checked syntax-task machine\n已检查语法任务机"];
    syntaxparser -> certparser [label="induction-body formula parser\n归纳公理体公式解析"];
    syntaxinversion -> proofinversion [label="term / formula arbitrary inversion\n项 / 公式任意反演"];
    proofparser -> proofinversion [label="ten-rule numeric state machine\n十规则纯数值状态机"];
    closedformula -> proofinversion [label="real sentence recovery\n真实闭句恢复"];
    proofinversion -> numericparser [label="arbitrary proof success is canonical\n任意证明成功均为真实规范前缀"];
    syntaxinversion -> certinversion [label="induction-formula arbitrary inversion\n归纳公式任意反演"];
    certparser -> certinversion [label="23+4 certificate numeric machines\n23+4 类证书纯数值机"];
    certinversion -> numericparser [label="arbitrary certificate success is canonical\n任意证书成功均为真实规范前缀"];
    syntaxbitsync -> numericparser [label="term/formula typed-bit equivalence closed\n项/公式类型化位级等价已闭合"];
    bitsync -> proofbitsync [label="same exact bit suffix\n同一精确位后缀"];
    syntaxbitsync -> proofbitsync [label="typed sequent/term/formula components\n类型化序列/项/公式部件"];
    proofparser -> proofbitsync [label="same ten-rule token grammar\n同一十规则 token 文法"];
    bitsync -> certbitsync [label="same exact bit suffix\n同一精确位后缀"];
    syntaxbitsync -> certbitsync [label="induction-body formula synchronization\n归纳公式体同步"];
    certparser -> certbitsync [label="same 23+4 token grammar\n同一 23+4 类 token 文法"];
    proofbitsync -> numericparser [label="typed proof bit equivalence closed\n证明树类型化位级等价已闭合"];
    certbitsync -> numericparser [label="typed certificate bit equivalence closed\n证书类型化位级等价已闭合"];
    arithinput -> packedtokensync [label="same sentinel-packed inputs\n同一哨兵位打包输入"];
    tokenstream -> packedtokensync [label="primitive-recursive full tokenization\n原始递归完整 token 化"];
    proofbitsync -> packedtokensync [label="proof segment equivalence\n证明段等价"];
    certbitsync -> packedtokensync [label="certificate segment equivalence\n证书段等价"];
    packedtokensync -> numericvalues [label="same public token streams\n同一公开 token 流"];
-     numericvalues -> numericparser [label="exact numeric syntax values\n精确数值语法值"];
+     numericvalues -> numericchecks [label="exact numeric syntax values\n精确数值语法值"];
+     numericchecks -> numericparser [label="same local list decisions\n同一局部列表判定"];
    numericparser -> compactformula [label="same numeric machine graph\n同一纯数值机器图"];
    compactformula -> patrace [label="fixed formula and binary numerals\n固定公式与二进制数词"];
    internalnote -> patrace [style=dotted, arrowhead=none, constraint=false];
    patrace -> suitable;
    suitable -> cond0;
    suitable -> cond1;
    suitable -> cond2;
    suitable -> cond3;
    predicate -> mpcompiler [label="same public verifier\n同一公开验证器"];
    canonicalnormalize -> mpcompiler [label="decoded payload never grows\n解码规范化不增长"];
    mpcompiler -> cond3 [style=dotted, label="external compiler closed; PA internal proof remains\n外部编译已闭合；仍需 PA 内部短证明"];
    predicate -> conjcompiler [label="same public verifier\n同一公开验证器"];
    canonicalnormalize -> conjcompiler [label="decoded payload never grows\n解码规范化不增长"];
    conjcompiler -> proofassembly [style=dotted, label="external conjunction primitive closed\n外部合取原语已闭合"];
    compactformula -> qdiagonal [style=dotted, arrowhead=none, constraint=false, label="later instantiate the closed generic compiler at concrete P\n后续把已闭合通用编译器实例化到具体 P"];
    suitable -> qdiagonal [style=dotted, arrowhead=none, constraint=false, label="concrete P conditions belong to later assembly\n具体 P 条件属于后续拼接"];
    transformcode -> qdiagonal [label="formula-instance size bound already checked\n公式实例大小界已检查"];
    cond0 -> proofassembly;
    cond1 -> proofassembly;
    cond2 -> proofassembly;
    cond3 -> proofassembly;
    qdiagonal -> proofassembly;
    proofassembly -> exponentextract;
    paconsistency -> exponentextract;
    exponentextract -> diagonal;
  }

  subgraph cluster_buss {
    label="H. Buss-Pudlak lower bound（布斯-普德拉克下界）";
    color="#9a9a9a";
    style="rounded,dashed";

    family [label="F_n = Con_T((f(n))^c)\n有限一致性公式族\nsame T / proof system / symbol length\n同一理论 / 证明系统 / 符号长度", fillcolor="#f3f3f3", color="#777777", style="rounded,filled,dashed"];
    rescale [label="Buss 1994 Theorem 5\n布斯 1994 第 5 定理\ntime-constructible rescaling\n时间可构造重标定", fillcolor="#f3f3f3", color="#777777", style="rounded,filled,dashed", penwidth=2.0];
    lower [label="minProofLength(F_n) > U(n) eventually\n最短证明长度最终大于 U(n)\nsuper-polynomial lower bound（超多项式下界）", fillcolor="#e9e3f5", color="#76639a", style="rounded,filled,dashed", penwidth=2.0];
    lowernote [shape=note, label="关键注释：文献下界只能用于原文满足条件的\nformula family（公式族）、proof system（证明系统）\n和 symbol length（符号长度）；名字相似不能替代对象恒等。", fillcolor="#e8f1f8", color="#4e7892"];

    compactformula -> family [label="same CompactProof predicate\n同一紧凑证明谓词"];
    minmeasure -> family [label="exact minimum length coordinate\n精确最短长度坐标"];
    diagonal -> rescale [label="power lower-bound seed\n幂下界种子"];
    family -> rescale;
    rescale -> lower [label="explicit time-constructible f\n显式时间可构造函数 f"];
    lowernote -> rescale [style=dotted, arrowhead=none, constraint=false];
  }

  subgraph cluster_collision {
    label="I. Same-object upper bound and collision（同对象上界与碰撞）";
    color="#9a9a9a";
    style="rounded,dashed";

    sondowcert [label="Sondow checked certificates\n索多已检查证书\nassume gamma rational（假设欧拉常数有理）\n本节点只表示证书已检查，不等于同对象上界已完成", fillcolor="#dff2e8", color="#3f7c66"];
    samecompiler [label="Sondow same-object compiler\n索多同对象编译器\ncertificate -> real proof of the same F_n\n证书 -> 同一 F_n 的真实证明", fillcolor="#f3f3f3", color="#777777", style="rounded,filled,dashed"];
    upper [label="minProofLength(F_n) <= U(n)\n最短证明长度不超过多项式 U(n)\npolynomial upper bound（多项式上界）\n等待 same-object compiler（同对象编译器）", fillcolor="#f3f3f3", color="#777777", style="rounded,filled,dashed"];
    collision [label="U(N) < minProofLength(F_N) <= U(N)\n同一 N、同一公式、同一检查器、同一长度的矛盾\ncollision theorem（碰撞定理）", fillcolor="#f8d9d6", color="#a8443d", style="rounded,filled,dashed", penwidth=2.5];
    final [label="not is_rational euler_mascheroni\n欧拉-马歇罗尼常数非有理\n仅在全部上游根定理闭合后成立", fillcolor="#f8d9d6", color="#a8443d", style="rounded,filled,dashed", penwidth=2.5];
    samenote [shape=note, label="关键注释：碰撞必须是同一 N、同一 F_N、\n同一 checker（检查器）和同一 length measure（长度度量）。\n只证明两个抽象接口各自存在不能形成碰撞。", fillcolor="#e8f1f8", color="#4e7892"];

    sondowcert -> samecompiler;
    family -> samecompiler [label="formula identity\n公式恒等"];
    predicate -> samecompiler [label="same checker/length\n同一检查器/长度"];
    minmeasure -> samecompiler [label="same minimum payload measure\n同一最短载荷度量"];
    samecompiler -> upper [label="canonical accepted proof code\n规范且被接受的证明码"];
    upper -> collision [label="same F_N / same length\n同一 F_N / 同一长度"];
    lower -> collision [label="same F_N / same length\n同一 F_N / 同一长度"];
    samenote -> collision [style=dotted, arrowhead=none, constraint=false];
    collision -> final;
  }

  subgraph cluster_audit {
    label="J. Submission-grade audit gates（投稿级审计门）";
    color="#76639a";
    style="rounded";

    axioms [label="#print axioms audit（公理画像审计）\n已完成节点仅依赖：\npropext（命题外延）\nClassical.choice（经典选择）\nQuot.sound（商类型可靠性）", fillcolor="#e9e3f5", color="#76639a"];
    forbidden [label="Forbidden project assumptions（禁止项目级假设）\nno tail_gap（无尾部间隙参数）\nno upper_provider（无上界提供者参数）\nno project proof_length（无项目证明长度公设）\nno sorryAx（无未完成证明公设）", fillcolor="#e9e3f5", color="#76639a"];
    gate [label="Final dependency audit（最终依赖审计）\nsame formula / parameter / checker / measure\n同一公式 / 参数 / 检查器 / 度量", fillcolor="#e9e3f5", color="#76639a", penwidth=2.0];

    totalcanonical -> axioms [style=dotted];
    publiciff -> axioms [style=dotted];
    completeness -> axioms [style=dotted];
    nattrace -> axioms [style=dotted];
    polytime -> forbidden [style=dashed];
    diagonal -> forbidden [style=dashed];
    samecompiler -> forbidden [style=dashed];
    lower -> gate;
    upper -> gate;
    axioms -> gate;
    forbidden -> gate;
    gate -> collision [style=dashed, label="audit pass\n审计通过"];
  }

  subgraph cluster_rejected_routes {
    label="K. Rejected historical routes（经审计弃用的历史路线；不通向主结论）";
    color="#a8443d";
    style="rounded,dashed";

    rawgodel [label="Nat.size(rawProofCode) lower bound\n原始哥德尔证明码位长下界\nunary-numeral encoding artifact（一元数词编码伪影）", fillcolor="#f8d9d6", color="#a8443d", style="rounded,filled,dashed"];
    postfixraw [label="Postfix checker rebuilding rawCode\n重建 rawCode 的后缀检查器\nprimitive recursive != polynomial time\n原始递归不等于多项式时间", fillcolor="#f8d9d6", color="#a8443d", style="rounded,filled,dashed"];
    abstractgap [label="tail_gap / computable_gap input\n尾部间隙 / 可计算间隙输入\nassumes the lower bound（预设下界）", fillcolor="#f8d9d6", color="#a8443d", style="rounded,filled,dashed"];
    abstractupper [label="upper_provider input\n上界提供者输入\nassumes the Sondow bridge（预设索多桥）", fillcolor="#f8d9d6", color="#a8443d", style="rounded,filled,dashed"];
    unsimulated [label="Unproved Hilbert-system simulation\n未证明的 Hilbert 系统模拟\nwrong/uncalibrated proof measure\n错误或未校准的证明度量", fillcolor="#f8d9d6", color="#a8443d", style="rounded,filled,dashed"];
    graft [label="strengthened_to_partial / transfer_to_graft\n加强到部分 / 嫁接转移接口\ninterface packaging without source theorem\n只有接口包装、没有源定理", fillcolor="#f8d9d6", color="#a8443d", style="rounded,filled,dashed"];
    rejectednote [shape=note, label="弃用判据：编码伪影、循环输入、对象错位，\n或只给接口而没有根定理。\n本区域没有任何边连接最终碰撞定理。", fillcolor="#fff1f0", color="#a8443d"];

    rawgodel -> postfixraw [style=dotted, color="#a8443d"];
    abstractgap -> graft [style=dotted, color="#a8443d"];
    abstractupper -> graft [style=dotted, color="#a8443d"];
    unsimulated -> graft [style=dotted, color="#a8443d"];
    rejectednote -> graft [style=dotted, arrowhead=none, color="#a8443d"];
  }
}
